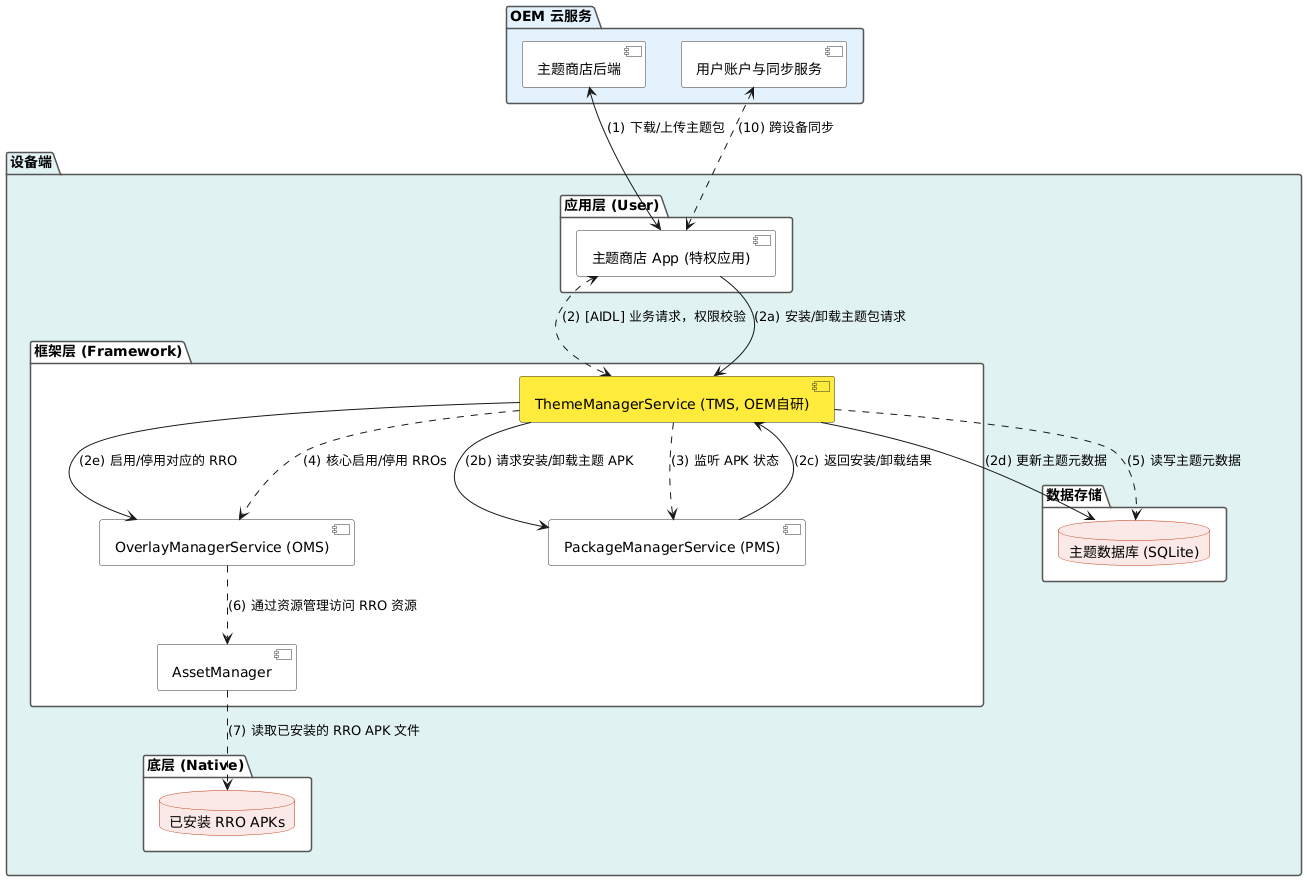
Earlier version of the PlantUML export docs/images/android-thememanagerservice-sw-architecture.png (Ethen-Cao/ethenslab). The source it was exported from:
```plantuml
@startuml
skinparam defaultFontColor #000000
skinparam shadowing false
skinparam package {
    BorderColor #555555
    BackgroundColor #FFFFFF
}
skinparam component {
    BorderColor #333333
    BackgroundColor #FFFFFF
}
skinparam database {
    BorderColor #BF360C
    BackgroundColor #FBE9E7
}

package "OEM 云服务" #E3F2FD {
    [主题商店后端] as Server
    [用户账户与同步服务] as AccountServer
}

package "设备端" #E0F2F1 {
    package "应用层 (User)" {
        [主题商店 App (特权应用)] as StoreApp
    }

    package "框架层 (Framework)" {
        [ThemeManagerService (TMS, OEM自研)] as TMS #FFEB3B
        [OverlayManagerService (OMS)] as OMS
        [PackageManagerService (PMS)] as PMS
        [AssetManager] as AssetMgr
    }

    package "底层 (Native)" {
        database "已安装 RRO APKs" as RRO_APKs
    }

    package "数据存储" {
        database "主题数据库 (SQLite)" as ThemeDB
    }
}

Server <-down-> StoreApp : (1) 下载/上传主题包
AccountServer <.down.> StoreApp : (10) 跨设备同步

StoreApp <.down.> TMS : (2) [AIDL] 业务请求，权限校验

StoreApp --> TMS : (2a) 安装/卸载主题包请求
TMS --> PMS : (2b) 请求安装/卸载主题 APK
PMS --> TMS : (2c) 返回安装/卸载结果
TMS --> ThemeDB : (2d) 更新主题元数据
TMS --> OMS : (2e) 启用/停用对应的 RRO

TMS .down.> PMS : (3) 监听 APK 状态
TMS .down.> OMS : (4) 核心启用/停用 RROs
TMS .down.> ThemeDB : (5) 读写主题元数据

OMS .down.> AssetMgr : (6) 通过资源管理访问 RRO 资源
AssetMgr .down.> RRO_APKs : (7) 读取已安装的 RRO APK 文件

@enduml
```
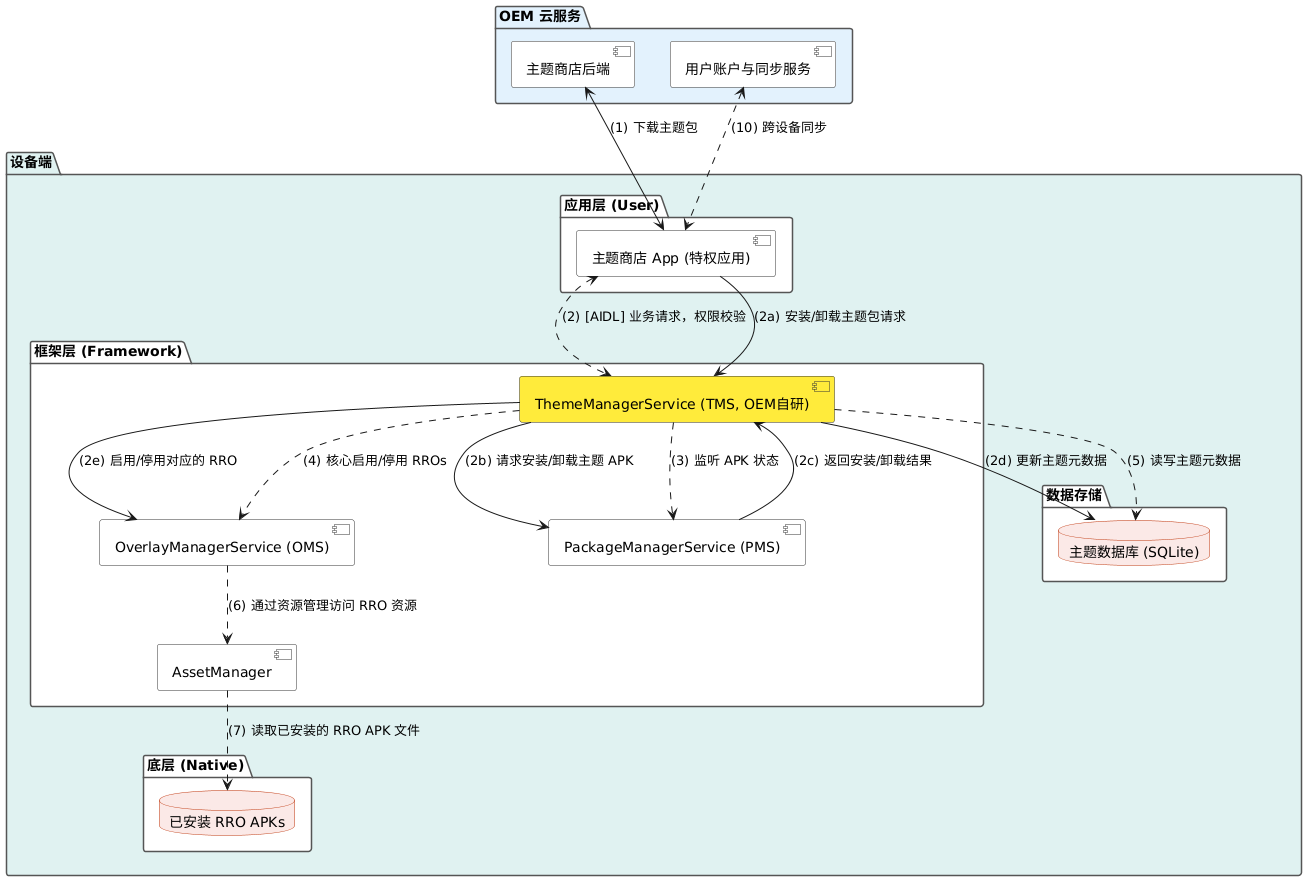
The same file after the commit.

What changed in the source:
```diff
@@ -40,7 +40,7 @@
     }
 }
 
-Server <-down-> StoreApp : (1) 下载/上传主题包
+Server <-down-> StoreApp : (1) 下载主题包
 AccountServer <.down.> StoreApp : (10) 跨设备同步
 
 StoreApp <.down.> TMS : (2) [AIDL] 业务请求，权限校验
```
